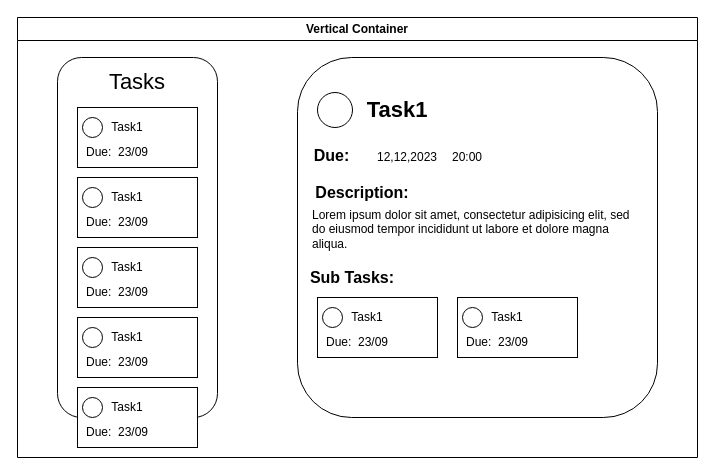
CodingByMoMo/Task_Managment_APP keeps this draw.io diagram as Diagram bez tytułu.drawio. Above is the earlier version. Source tidied: cells renumbered, new cells numbered last; positions are measured from the earlier drawing's top-left corner, leaving out a move shared by most shapes. Both pictures are drawn from the tidied source at 100%, with x=0, y=0 at pixel (17, 17).
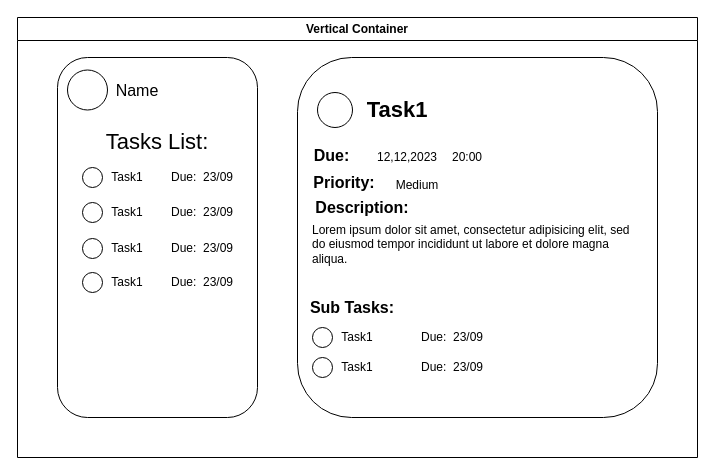
The same page after the edit.

The change refers to these unchanged cells:
```xml
<mxCell id="2" value="Vertical Container" style="swimlane;whiteSpace=wrap;html=1;" parent="1" vertex="1">
  <mxGeometry width="680" height="440" as="geometry" />
</mxCell>
```

The edit, as a diff of the source:
```diff
@@
     <mxCell id="3" style="rounded=1;whiteSpace=wrap;html=1;" parent="2" vertex="1">
-      <mxGeometry x="40" y="40" width="160" height="360" as="geometry" />
+      <mxGeometry x="40" y="40" width="200" height="360" as="geometry" />
     </mxCell>
@@
-    <mxCell id="5" value="Tasks" style="text;html=1;strokeColor=none;fillColor=none;align=center;verticalAlign=middle;whiteSpace=wrap;rounded=0;fontSize=22;" parent="2" vertex="1">
-      <mxGeometry x="65" y="50" width="110" height="30" as="geometry" />
+    <mxCell id="5" value="Tasks List:" style="text;html=1;strokeColor=none;fillColor=none;align=center;verticalAlign=middle;whiteSpace=wrap;rounded=0;fontSize=22;" parent="2" vertex="1">
+      <mxGeometry x="60" y="110" width="160" height="30" as="geometry" />
     </mxCell>
-    <mxCell id="6" style="rounded=0;whiteSpace=wrap;html=1;" parent="2" vertex="1">
-      <mxGeometry x="60" y="90" width="120" height="60" as="geometry" />
-    </mxCell>
     <mxCell id="7" value="Task1" style="text;html=1;strokeColor=none;fillColor=none;align=center;verticalAlign=middle;whiteSpace=wrap;rounded=0;" parent="2" vertex="1">
-      <mxGeometry x="80" y="95" width="60" height="30" as="geometry" />
+      <mxGeometry x="80" y="145" width="60" height="30" as="geometry" />
     </mxCell>
     <mxCell id="8" style="ellipse;whiteSpace=wrap;html=1;" parent="2" vertex="1">
-      <mxGeometry x="65" y="100" width="20" height="20" as="geometry" />
+      <mxGeometry x="65" y="150" width="20" height="20" as="geometry" />
     </mxCell>
     <mxCell id="9" value="Due:&amp;nbsp; 23/09" style="text;html=1;strokeColor=none;fillColor=none;align=center;verticalAlign=middle;whiteSpace=wrap;rounded=0;" parent="2" vertex="1">
-      <mxGeometry x="65" y="120" width="70" height="30" as="geometry" />
+      <mxGeometry x="150" y="145" width="70" height="30" as="geometry" />
     </mxCell>
-    <mxCell id="10" style="rounded=0;whiteSpace=wrap;html=1;" parent="2" vertex="1">
-      <mxGeometry x="60" y="160" width="120" height="60" as="geometry" />
-    </mxCell>
     <mxCell id="11" value="Task1" style="text;html=1;strokeColor=none;fillColor=none;align=center;verticalAlign=middle;whiteSpace=wrap;rounded=0;" parent="2" vertex="1">
-      <mxGeometry x="80" y="165" width="60" height="30" as="geometry" />
+      <mxGeometry x="80" y="180" width="60" height="30" as="geometry" />
     </mxCell>
     <mxCell id="12" style="ellipse;whiteSpace=wrap;html=1;" parent="2" vertex="1">
-      <mxGeometry x="65" y="170" width="20" height="20" as="geometry" />
+      <mxGeometry x="65" y="185" width="20" height="20" as="geometry" />
     </mxCell>
     <mxCell id="13" value="Due:&amp;nbsp; 23/09" style="text;html=1;strokeColor=none;fillColor=none;align=center;verticalAlign=middle;whiteSpace=wrap;rounded=0;" parent="2" vertex="1">
-      <mxGeometry x="65" y="190" width="70" height="30" as="geometry" />
+      <mxGeometry x="150" y="180" width="70" height="30" as="geometry" />
     </mxCell>
-    <mxCell id="14" style="rounded=0;whiteSpace=wrap;html=1;" parent="2" vertex="1">
-      <mxGeometry x="60" y="230" width="120" height="60" as="geometry" />
-    </mxCell>
     <mxCell id="15" value="Task1" style="text;html=1;strokeColor=none;fillColor=none;align=center;verticalAlign=middle;whiteSpace=wrap;rounded=0;" parent="2" vertex="1">
-      <mxGeometry x="80" y="235" width="60" height="30" as="geometry" />
+      <mxGeometry x="80" y="216" width="60" height="30" as="geometry" />
     </mxCell>
     <mxCell id="16" style="ellipse;whiteSpace=wrap;html=1;" parent="2" vertex="1">
-      <mxGeometry x="65" y="240" width="20" height="20" as="geometry" />
+      <mxGeometry x="65" y="221" width="20" height="20" as="geometry" />
     </mxCell>
     <mxCell id="17" value="Due:&amp;nbsp; 23/09" style="text;html=1;strokeColor=none;fillColor=none;align=center;verticalAlign=middle;whiteSpace=wrap;rounded=0;" parent="2" vertex="1">
-      <mxGeometry x="65" y="260" width="70" height="30" as="geometry" />
+      <mxGeometry x="150" y="216" width="70" height="30" as="geometry" />
     </mxCell>
-    <mxCell id="18" style="rounded=0;whiteSpace=wrap;html=1;" parent="2" vertex="1">
-      <mxGeometry x="60" y="300" width="120" height="60" as="geometry" />
-    </mxCell>
     <mxCell id="19" value="Task1" style="text;html=1;strokeColor=none;fillColor=none;align=center;verticalAlign=middle;whiteSpace=wrap;rounded=0;" parent="2" vertex="1">
-      <mxGeometry x="80" y="305" width="60" height="30" as="geometry" />
+      <mxGeometry x="80" y="250" width="60" height="30" as="geometry" />
     </mxCell>
     <mxCell id="20" style="ellipse;whiteSpace=wrap;html=1;" parent="2" vertex="1">
-      <mxGeometry x="65" y="310" width="20" height="20" as="geometry" />
+      <mxGeometry x="65" y="255" width="20" height="20" as="geometry" />
     </mxCell>
     <mxCell id="21" value="Due:&amp;nbsp; 23/09" style="text;html=1;strokeColor=none;fillColor=none;align=center;verticalAlign=middle;whiteSpace=wrap;rounded=0;" parent="2" vertex="1">
-      <mxGeometry x="65" y="330" width="70" height="30" as="geometry" />
+      <mxGeometry x="150" y="250" width="70" height="30" as="geometry" />
     </mxCell>
-    <mxCell id="22" style="rounded=0;whiteSpace=wrap;html=1;" parent="2" vertex="1">
-      <mxGeometry x="60" y="370" width="120" height="60" as="geometry" />
-    </mxCell>
-    <mxCell id="23" value="Task1" style="text;html=1;strokeColor=none;fillColor=none;align=center;verticalAlign=middle;whiteSpace=wrap;rounded=0;" parent="2" vertex="1">
-      <mxGeometry x="80" y="375" width="60" height="30" as="geometry" />
-    </mxCell>
-    <mxCell id="24" style="ellipse;whiteSpace=wrap;html=1;" parent="2" vertex="1">
-      <mxGeometry x="65" y="380" width="20" height="20" as="geometry" />
-    </mxCell>
-    <mxCell id="25" value="Due:&amp;nbsp; 23/09" style="text;html=1;strokeColor=none;fillColor=none;align=center;verticalAlign=middle;whiteSpace=wrap;rounded=0;" parent="2" vertex="1">
-      <mxGeometry x="65" y="400" width="70" height="30" as="geometry" />
-    </mxCell>
@@
     <mxCell id="28" value="Description:" style="text;html=1;strokeColor=none;fillColor=none;align=center;verticalAlign=middle;whiteSpace=wrap;rounded=0;fontSize=16;fontStyle=1;" parent="2" vertex="1">
-      <mxGeometry x="280" y="160" width="130" height="30" as="geometry" />
+      <mxGeometry x="280" y="175" width="130" height="30" as="geometry" />
     </mxCell>
     <mxCell id="29" value="&lt;h1&gt;&lt;br&gt;&lt;/h1&gt;&lt;p&gt;Lorem ipsum dolor sit amet, consectetur adipisicing elit, sed do eiusmod tempor incididunt ut labore et dolore magna aliqua.&lt;/p&gt;" style="text;html=1;strokeColor=none;fillColor=none;spacing=5;spacingTop=-20;whiteSpace=wrap;overflow=hidden;rounded=0;" parent="2" vertex="1">
-      <mxGeometry x="290" y="140" width="340" height="100" as="geometry" />
+      <mxGeometry x="290" y="155" width="340" height="100" as="geometry" />
     </mxCell>
@@
     <mxCell id="33" value="&lt;font style=&quot;font-size: 16px;&quot;&gt;&lt;b&gt;Sub Tasks:&lt;/b&gt;&lt;/font&gt;" style="text;html=1;strokeColor=none;fillColor=none;align=center;verticalAlign=middle;whiteSpace=wrap;rounded=0;" parent="2" vertex="1">
-      <mxGeometry x="280" y="245" width="110" height="30" as="geometry" />
+      <mxGeometry x="280" y="275" width="110" height="30" as="geometry" />
     </mxCell>
-    <mxCell id="34" style="rounded=0;whiteSpace=wrap;html=1;" parent="2" vertex="1">
-      <mxGeometry x="300" y="280" width="120" height="60" as="geometry" />
-    </mxCell>
     <mxCell id="35" value="Task1" style="text;html=1;strokeColor=none;fillColor=none;align=center;verticalAlign=middle;whiteSpace=wrap;rounded=0;" parent="2" vertex="1">
-      <mxGeometry x="320" y="285" width="60" height="30" as="geometry" />
+      <mxGeometry x="310" y="305" width="60" height="30" as="geometry" />
     </mxCell>
     <mxCell id="36" style="ellipse;whiteSpace=wrap;html=1;" parent="2" vertex="1">
-      <mxGeometry x="305" y="290" width="20" height="20" as="geometry" />
+      <mxGeometry x="295" y="310" width="20" height="20" as="geometry" />
     </mxCell>
     <mxCell id="37" value="Due:&amp;nbsp; 23/09" style="text;html=1;strokeColor=none;fillColor=none;align=center;verticalAlign=middle;whiteSpace=wrap;rounded=0;" parent="2" vertex="1">
-      <mxGeometry x="305" y="310" width="70" height="30" as="geometry" />
+      <mxGeometry x="400" y="305" width="70" height="30" as="geometry" />
     </mxCell>
-    <mxCell id="38" style="rounded=0;whiteSpace=wrap;html=1;" parent="2" vertex="1">
-      <mxGeometry x="440" y="280" width="120" height="60" as="geometry" />
-    </mxCell>
+    <mxCell id="42" style="ellipse;whiteSpace=wrap;html=1;" parent="2" vertex="1">
+      <mxGeometry x="50" y="52.5" width="40" height="40" as="geometry" />
+    </mxCell>
+    <mxCell id="43" value="Name" style="text;html=1;strokeColor=none;fillColor=none;align=center;verticalAlign=middle;whiteSpace=wrap;rounded=0;fontSize=16;" parent="2" vertex="1">
+      <mxGeometry x="65" y="57.5" width="110" height="30" as="geometry" />
+    </mxCell>
+    <mxCell id="44" value="&lt;font style=&quot;font-size: 16px;&quot;&gt;&lt;b&gt;Priority:&lt;/b&gt;&lt;/font&gt;" style="text;html=1;strokeColor=none;fillColor=none;align=center;verticalAlign=middle;whiteSpace=wrap;rounded=0;" parent="2" vertex="1">
+      <mxGeometry x="283.8" y="150" width="86.2" height="30" as="geometry" />
+    </mxCell>
+    <mxCell id="45" value="Medium" style="text;html=1;strokeColor=none;fillColor=none;align=center;verticalAlign=middle;whiteSpace=wrap;rounded=0;" parent="2" vertex="1">
+      <mxGeometry x="370" y="152.5" width="60" height="30" as="geometry" />
+    </mxCell>
     <mxCell id="39" value="Task1" style="text;html=1;strokeColor=none;fillColor=none;align=center;verticalAlign=middle;whiteSpace=wrap;rounded=0;" parent="2" vertex="1">
-      <mxGeometry x="460" y="285" width="60" height="30" as="geometry" />
+      <mxGeometry x="310" y="335" width="60" height="30" as="geometry" />
     </mxCell>
     <mxCell id="40" style="ellipse;whiteSpace=wrap;html=1;" parent="2" vertex="1">
-      <mxGeometry x="445" y="290" width="20" height="20" as="geometry" />
+      <mxGeometry x="295" y="340" width="20" height="20" as="geometry" />
     </mxCell>
     <mxCell id="41" value="Due:&amp;nbsp; 23/09" style="text;html=1;strokeColor=none;fillColor=none;align=center;verticalAlign=middle;whiteSpace=wrap;rounded=0;" parent="2" vertex="1">
-      <mxGeometry x="445" y="310" width="70" height="30" as="geometry" />
+      <mxGeometry x="400" y="335" width="70" height="30" as="geometry" />
     </mxCell>
```
